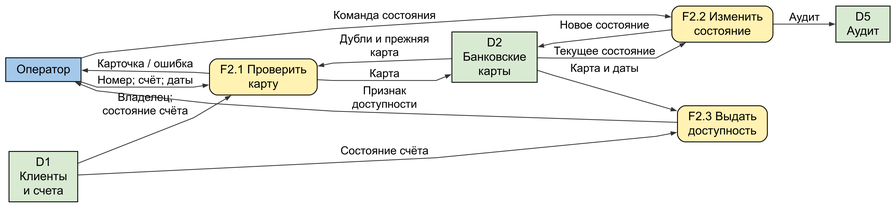
Earlier version of the Graphviz export figures/B5_cards.png (qwertyvich/IT-project). Its source is kept beside it as figures/B5_cards.dot.
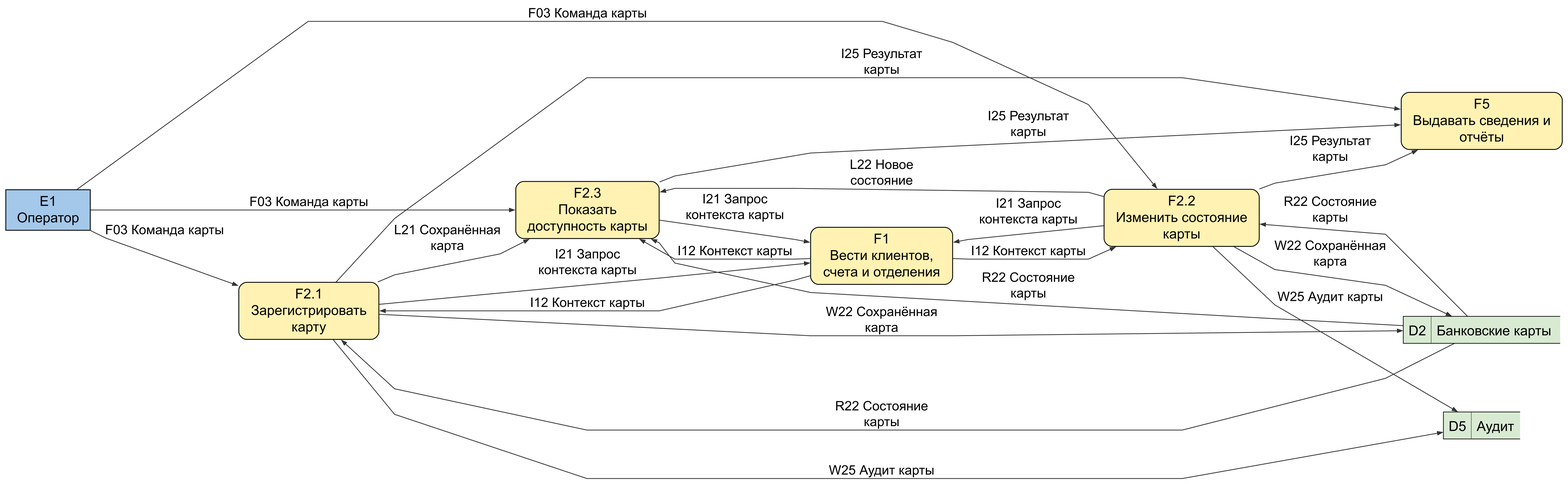
The same file after the commit.

What changed in the source:
```diff
@@ -1,24 +1,34 @@
 digraph B5_cards {
 graph [rankdir=LR, bgcolor="white", pad=.12, nodesep=.35, ranksep=.65, splines=polyline, outputorder=edgesfirst];
-node [fontname="Arial", fontsize=18, margin=".12,.08", penwidth=1.3];
-edge [fontname="Arial", fontsize=17, color="#333333", penwidth=1.2, arrowsize=.75];
-"e" [label="Оператор", shape="box", style="filled", fillcolor="#A4C8EA", width="1.583"];
-"p1" [label="F2.1 Проверить\nкарту", shape="box", style="rounded,filled", fillcolor="#FFF2B2", width="2.264"];
-"p2" [label="F2.2 Изменить\nсостояние", shape="box", style="rounded,filled", fillcolor="#FFF2B2", width="2.125"];
-"p3" [label="F2.3 Выдать\nдоступность", shape="box", style="rounded,filled", fillcolor="#FFF2B2", width="1.889"];
-"D1" [label="D1\nКлиенты\nи счета", shape="record", style="filled", fillcolor="#D9EAD3", width="1.444"];
-"D2" [label="D2\nБанковские\nкарты", shape="record", style="filled", fillcolor="#D9EAD3", width="1.792"];
-"D5" [label="D5\nАудит", shape="record", style="filled", fillcolor="#D9EAD3", width="1.139"];
-e -> p1 [label="Номер; счёт; даты"];
-D1 -> p1 [label="Владелец;\nсостояние счёта"];
-D2 -> p1 [label="Дубли и прежняя\nкарта"];
-p1 -> D2 [label="Карта"];
-p1 -> e [label="Карточка / ошибка"];
-e -> p2 [label="Команда состояния"];
-D2 -> p2 [label="Текущее состояние"];
-p2 -> D2 [label="Новое состояние"];
-p2 -> D5 [label="Аудит"];
-D2 -> p3 [label="Карта и даты"];
-D1 -> p3 [label="Состояние счёта"];
-p3 -> e [label="Признак\nдоступности"];
+node [fontname="Arial", fontsize=21, margin=".12,.08", penwidth=1.3];
+edge [fontname="Arial", fontsize=20, color="#333333", penwidth=1.2, arrowsize=.75];
+"E1" [label="E1\nОператор", shape="box", style="filled", fillcolor="#A4C8EA", width="1.792"];
+"F2_1" [label="F2.1\nЗарегистрировать\nкарту", shape="box", style="rounded,filled", fillcolor="#FFF2B2", width="2.972"];
+E1 -> F2_1 [label="F03 Команда карты"];
+"F2_2" [label="F2.2\nИзменить состояние\nкарты", shape="box", style="rounded,filled", fillcolor="#FFF2B2", width="3.292"];
+E1 -> F2_2 [label="F03 Команда карты"];
+"F2_3" [label="F2.3\nПоказать\nдоступность карты", shape="box", style="rounded,filled", fillcolor="#FFF2B2", width="3.042"];
+E1 -> F2_3 [label="F03 Команда карты"];
+"F1" [label="F1\nВести клиентов,\nсчета и отделения", shape="box", style="rounded,filled", fillcolor="#FFF2B2", width="3.013"];
+F2_1 -> F1 [label="I21 Запрос\nконтекста карты"];
+F2_2 -> F1 [label="I21 Запрос\nконтекста карты"];
+F2_3 -> F1 [label="I21 Запрос\nконтекста карты"];
+F1 -> F2_1 [label="I12 Контекст карты"];
+F1 -> F2_2 [label="I12 Контекст карты"];
+F1 -> F2_3 [label="I12 Контекст карты"];
+"F5" [label="F5\nВыдавать сведения и\nотчёты", shape="box", style="rounded,filled", fillcolor="#FFF2B2", width="3.417"];
+F2_1 -> F5 [label="I25 Результат\nкарты"];
+F2_2 -> F5 [label="I25 Результат\nкарты"];
+F2_3 -> F5 [label="I25 Результат\nкарты"];
+"D2" [shape=plain,style="",label=<<TABLE BORDER="0" CELLBORDER="0" CELLSPACING="0" CELLPADDING="7"><TR><TD BORDER="1" SIDES="TLBR" BGCOLOR="#D9EAD3">D2</TD><TD BORDER="1" SIDES="TB" BGCOLOR="#D9EAD3">Банковские карты</TD></TR></TABLE>>];
+D2 -> F2_1 [label="R22 Состояние\nкарты"];
+D2 -> F2_2 [label="R22 Состояние\nкарты"];
+D2 -> F2_3 [label="R22 Состояние\nкарты"];
+F2_1 -> D2 [label="W22 Сохранённая\nкарта"];
+F2_2 -> D2 [label="W22 Сохранённая\nкарта"];
+"D5" [shape=plain,style="",label=<<TABLE BORDER="0" CELLBORDER="0" CELLSPACING="0" CELLPADDING="7"><TR><TD BORDER="1" SIDES="TLBR" BGCOLOR="#D9EAD3">D5</TD><TD BORDER="1" SIDES="TB" BGCOLOR="#D9EAD3">Аудит</TD></TR></TABLE>>];
+F2_1 -> D5 [label="W25 Аудит карты"];
+F2_2 -> D5 [label="W25 Аудит карты"];
+F2_1 -> F2_3 [label="L21 Сохранённая\nкарта"];
+F2_2 -> F2_3 [label="L22 Новое\nсостояние"];
 }
```
